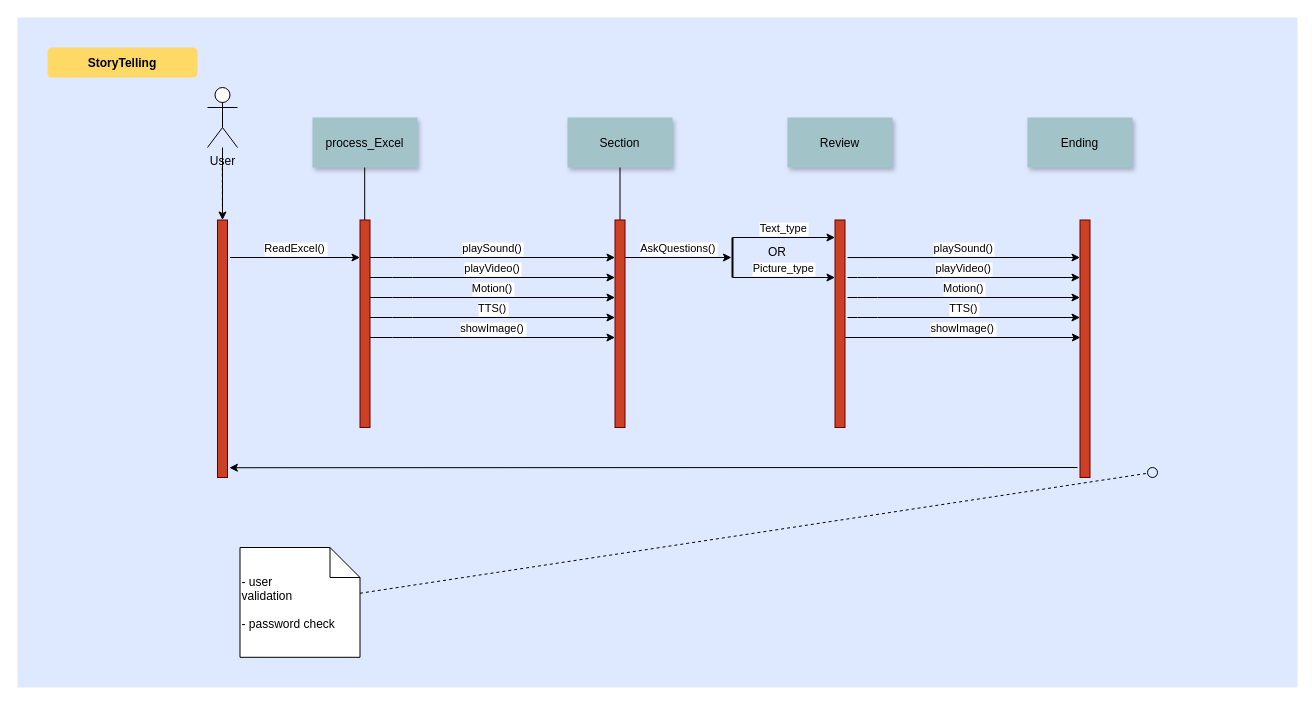
This is page "Page-1" (1 of 2) of Untitled Diagram.drawio from chewwwyong/dosomethingexcel, a draw.io file, before an edit. Source tidied: cells renumbered, new cells numbered last; positions are measured from the earlier drawing's top-left corner, leaving out a move shared by most shapes. Both pictures are drawn from the tidied source at 100%, with x=0, y=0 at pixel (17, 17).
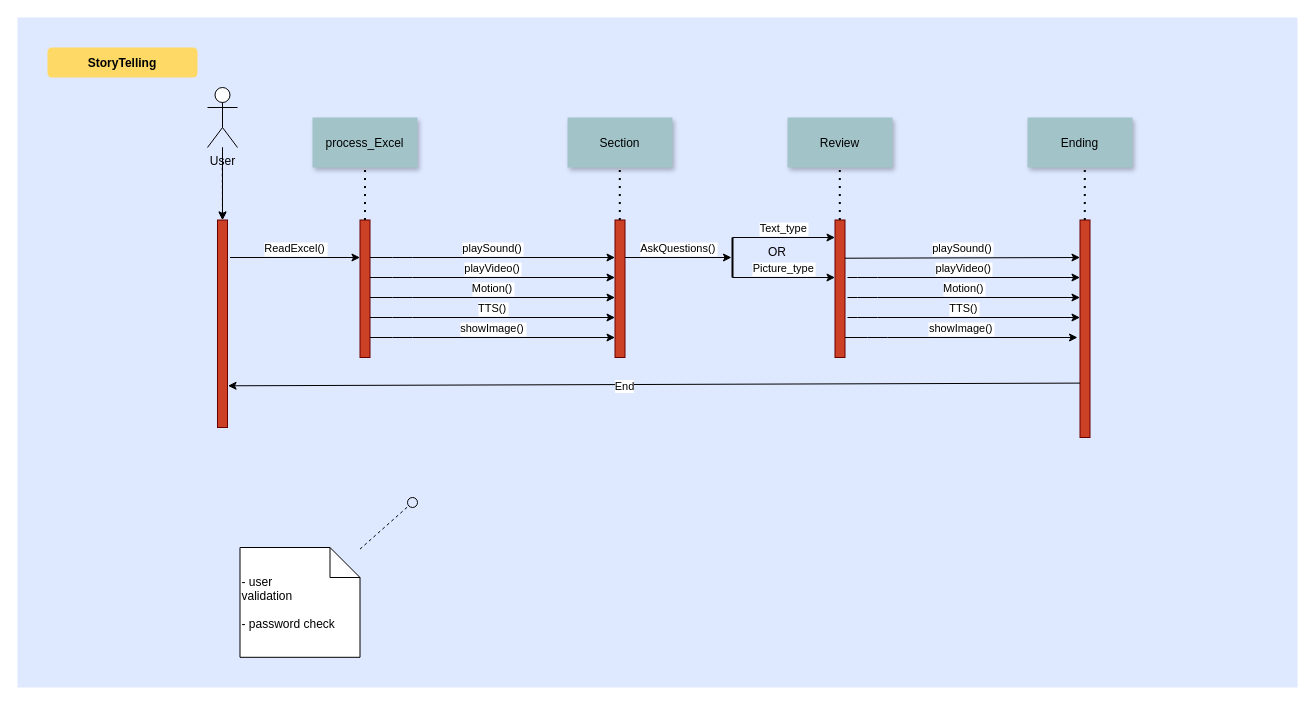
The same page after the edit.

Commit message:
sequence diagram

The change refers to these unchanged cells:
```xml
<mxCell id="6" value="process_Excel" style="shadow=1;fillColor=#A2C4C9;strokeColor=none;" parent="1" vertex="1">
  <mxGeometry x="295" y="100" width="105" height="50" as="geometry" />
</mxCell>
<mxCell id="8" value="Section" style="shadow=1;fillColor=#A2C4C9;strokeColor=none;" parent="1" vertex="1">
  <mxGeometry x="550" y="100" width="105" height="50" as="geometry" />
</mxCell>
<mxCell id="20" value="User" style="shape=umlActor;verticalLabelPosition=bottom;verticalAlign=top;html=1;outlineConnect=0;" parent="1" vertex="1">
  <mxGeometry x="190" y="70" width="30" height="60" as="geometry" />
</mxCell>
```

Diff of the diagram source:
```diff
@@
     <mxCell id="5" style="fillColor=#CC4125;strokeColor=#660000;" parent="1" vertex="1">
-      <mxGeometry x="200" y="202.5" width="10" height="257.5" as="geometry" />
+      <mxGeometry x="200" y="202.5" width="10" height="207.5" as="geometry" />
     </mxCell>
@@
-    <mxCell id="9" style="edgeStyle=none;endArrow=none;" parent="1" edge="1" source="8" target="10">
-      <mxGeometry x="524.8" y="270" as="geometry" />
-    </mxCell>
     <mxCell id="10" style="fillColor=#CC4125;strokeColor=#660000;" parent="1" vertex="1">
-      <mxGeometry x="597.5" y="202.5" width="10" height="207.5" as="geometry" />
+      <mxGeometry x="597.5" y="202.5" width="10" height="137.5" as="geometry" />
     </mxCell>
     <mxCell id="11" style="fillColor=#CC4125;strokeColor=#660000;" parent="1" vertex="1">
-      <mxGeometry x="817.5" y="202.5" width="10" height="207.5" as="geometry" />
+      <mxGeometry x="817.5" y="202.5" width="10" height="137.5" as="geometry" />
     </mxCell>
@@
     <mxCell id="14" style="fillColor=#CC4125;strokeColor=#660000;" parent="1" vertex="1">
-      <mxGeometry x="1062.5" y="202.5" width="10" height="257.5" as="geometry" />
+      <mxGeometry x="1062.5" y="202.5" width="10" height="217.5" as="geometry" />
     </mxCell>
@@
+    <mxCell id="40" style="edgeStyle=orthogonalEdgeStyle;rounded=0;jettySize=auto;html=1;" parent="1" edge="1" source="20" target="5">
+      <mxGeometry relative="1" as="geometry" />
+    </mxCell>
@@
-    <mxCell id="21" style="edgeStyle=none;endArrow=none;" parent="1" edge="1">
-      <mxGeometry x="269.4" y="270" as="geometry">
-        <mxPoint x="347.2" y="150" as="sourcePoint" />
-        <mxPoint x="347.2" y="220" as="targetPoint" />
-      </mxGeometry>
-    </mxCell>
     <mxCell id="22" style="fillColor=#CC4125;strokeColor=#660000;" parent="1" vertex="1">
-      <mxGeometry x="342.5" y="202.5" width="10" height="207.5" as="geometry" />
+      <mxGeometry x="342.5" y="202.5" width="10" height="137.5" as="geometry" />
     </mxCell>
     <mxCell id="23" style="ellipse;fillColor=none;direction=south;" parent="1" vertex="1">
-      <mxGeometry x="1130" y="450" width="10" height="10" as="geometry" />
+      <mxGeometry x="390" y="480" width="10" height="10" as="geometry" />
     </mxCell>
@@
-    <mxCell id="25" style="endArrow=classic;html=1;entryX=1.186;entryY=0.962;entryDx=0;entryDy=0;entryPerimeter=0;" parent="1" edge="1" target="5">
-      <mxGeometry relative="1" as="geometry">
-        <mxPoint x="1060" y="450" as="sourcePoint" />
-      </mxGeometry>
+    <mxCell id="25" style="endArrow=classic;html=1;entryX=1.053;entryY=0.799;entryDx=0;entryDy=0;exitX=0;exitY=0.75;exitDx=0;exitDy=0;entryPerimeter=0;" parent="1" edge="1" source="14" target="5">
+      <mxGeometry relative="1" as="geometry" />
     </mxCell>
+    <mxCell id="41" value="End" style="edgeLabel;html=1;align=center;verticalAlign=middle;" parent="25" vertex="1">
+      <mxGeometry x="0.07" y="1" relative="1" as="geometry" />
+    </mxCell>
@@
-    <mxCell id="32" value="playSound()" style="edgeStyle=elbowEdgeStyle;elbow=vertical;verticalLabelPosition=top;verticalAlign=bottom;exitX=1.25;exitY=0.181;exitDx=0;exitDy=0;exitPerimeter=0;" parent="1" edge="1" source="11">
+    <mxCell id="32" value="playSound()" style="edgeStyle=elbowEdgeStyle;elbow=vertical;verticalLabelPosition=top;verticalAlign=bottom;exitX=0.983;exitY=0.278;exitDx=0;exitDy=0;exitPerimeter=0;" parent="1" edge="1" source="11">
       <mxGeometry x="750" y="270" as="geometry">
         <mxPoint x="1062.5" y="240" as="targetPoint" />
         <Array as="points">
           <mxPoint x="850" y="240" />
           <mxPoint x="800" y="310" />
         </Array>
       </mxGeometry>
     </mxCell>
@@
-    <mxCell id="39" value="showImage()" style="edgeStyle=elbowEdgeStyle;elbow=vertical;verticalLabelPosition=top;verticalAlign=bottom;entryX=0.039;entryY=0.457;entryDx=0;entryDy=0;entryPerimeter=0;" parent="1" edge="1" target="14">
+    <mxCell id="39" value="showImage()" style="edgeStyle=elbowEdgeStyle;elbow=vertical;verticalLabelPosition=top;verticalAlign=bottom;" parent="1" edge="1">
       <mxGeometry x="760" y="350" as="geometry">
         <mxPoint x="827.5" y="320" as="sourcePoint" />
+        <mxPoint x="1060" y="320" as="targetPoint" />
         <Array as="points">
           <mxPoint x="860" y="320" />
           <mxPoint x="810" y="390" />
         </Array>
       </mxGeometry>
     </mxCell>
+    <mxCell id="42" style="endArrow=none;dashed=1;html=1;dashPattern=1 3;strokeWidth=2;entryX=0.5;entryY=1;entryDx=0;entryDy=0;exitX=0.5;exitY=0;exitDx=0;exitDy=0;" parent="1" edge="1" source="22" target="6">
+      <mxGeometry relative="1" as="geometry" />
+    </mxCell>
+    <mxCell id="43" style="endArrow=none;dashed=1;html=1;dashPattern=1 3;strokeWidth=2;entryX=0.5;entryY=1;entryDx=0;entryDy=0;exitX=0.5;exitY=0;exitDx=0;exitDy=0;" parent="1" edge="1">
+      <mxGeometry relative="1" as="geometry">
+        <mxPoint x="602.3" y="202.5" as="sourcePoint" />
+        <mxPoint x="602.3" y="150" as="targetPoint" />
+      </mxGeometry>
+    </mxCell>
+    <mxCell id="44" style="endArrow=none;dashed=1;html=1;dashPattern=1 3;strokeWidth=2;entryX=0.5;entryY=1;entryDx=0;entryDy=0;exitX=0.5;exitY=0;exitDx=0;exitDy=0;" parent="1" edge="1">
+      <mxGeometry relative="1" as="geometry">
+        <mxPoint x="822.3" y="202.5" as="sourcePoint" />
+        <mxPoint x="822.3" y="150" as="targetPoint" />
+      </mxGeometry>
+    </mxCell>
+    <mxCell id="45" style="endArrow=none;dashed=1;html=1;dashPattern=1 3;strokeWidth=2;entryX=0.5;entryY=1;entryDx=0;entryDy=0;exitX=0.5;exitY=0;exitDx=0;exitDy=0;" parent="1" edge="1">
+      <mxGeometry relative="1" as="geometry">
+        <mxPoint x="1067.3" y="202.5" as="sourcePoint" />
+        <mxPoint x="1067.3" y="150" as="targetPoint" />
+      </mxGeometry>
+    </mxCell>
```
